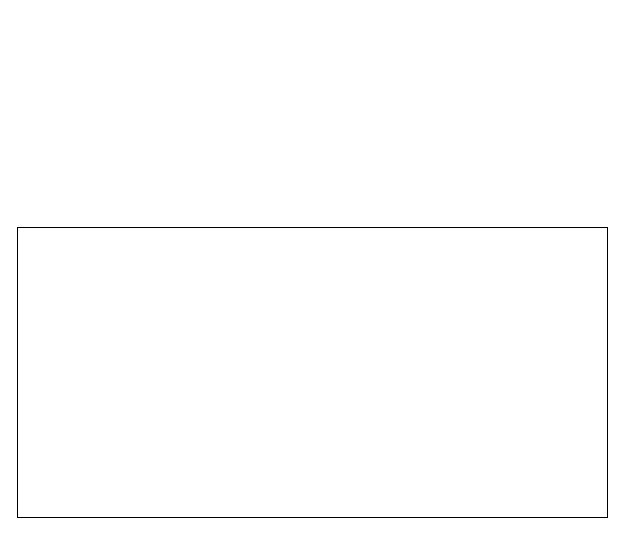
The draw.io diagram tome/note/bigdata/hadoop/hadoop.drawio in kushinae/diagrams, before the edit. Source tidied: cells renumbered, new cells numbered last; positions are measured from the earlier drawing's top-left corner, leaving out a move shared by most shapes. Both pictures are drawn from the tidied source at 100%, with x=0, y=0 at pixel (17, 227).
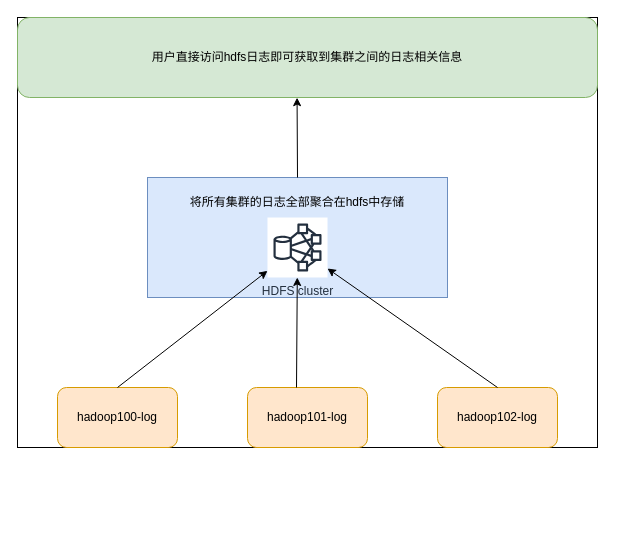
Above is the later version.

The edit, as a diff of the source:
```diff
@@
 <mxGraphModel>
   <root>
     <mxCell id="0" />
     <mxCell id="1" parent="0" />
+    <mxCell id="5" style="rounded=0;whiteSpace=wrap;html=1;" parent="1" vertex="1">
+      <mxGeometry y="-210" width="580" height="430" as="geometry" />
+    </mxCell>
-    <mxCell id="2" style="rounded=1;whiteSpace=wrap;html=1;" parent="1" vertex="1">
+    <mxCell id="2" value="hadoop100-log" style="rounded=1;whiteSpace=wrap;html=1;fillColor=#ffe6cc;strokeColor=#d79b00;" parent="1" vertex="1">
       <mxGeometry x="40" y="160" width="120" height="60" as="geometry" />
     </mxCell>
-    <mxCell id="3" style="rounded=1;whiteSpace=wrap;html=1;" parent="1" vertex="1">
+    <mxCell id="3" value="hadoop101-log" style="rounded=1;whiteSpace=wrap;html=1;fillColor=#ffe6cc;strokeColor=#d79b00;" parent="1" vertex="1">
       <mxGeometry x="230" y="160" width="120" height="60" as="geometry" />
     </mxCell>
-    <mxCell id="4" style="rounded=1;whiteSpace=wrap;html=1;" parent="1" vertex="1">
+    <mxCell id="4" value="hadoop102-log" style="rounded=1;whiteSpace=wrap;html=1;fillColor=#ffe6cc;strokeColor=#d79b00;" parent="1" vertex="1">
       <mxGeometry x="420" y="160" width="120" height="60" as="geometry" />
     </mxCell>
-    <mxCell id="5" style="rounded=0;whiteSpace=wrap;html=1;" parent="1" vertex="1">
-      <mxGeometry width="590" height="290" as="geometry" />
-    </mxCell>
+    <mxCell id="6" style="rounded=0;whiteSpace=wrap;html=1;fillColor=#dae8fc;strokeColor=#6c8ebf;" parent="1" vertex="1">
+      <mxGeometry x="130" y="-50" width="300" height="120" as="geometry" />
+    </mxCell>
+    <mxCell id="7" style="endArrow=classic;html=1;rounded=0;exitX=0.5;exitY=0;exitDx=0;exitDy=0;" parent="1" edge="1" source="2" target="10">
+      <mxGeometry relative="1" as="geometry" />
+    </mxCell>
+    <mxCell id="8" style="endArrow=classic;html=1;rounded=0;exitX=0.5;exitY=0;exitDx=0;exitDy=0;" parent="1" edge="1" target="10">
+      <mxGeometry relative="1" as="geometry">
+        <mxPoint x="279" y="160" as="sourcePoint" />
+      </mxGeometry>
+    </mxCell>
+    <mxCell id="9" style="endArrow=classic;html=1;rounded=0;exitX=0.5;exitY=0;exitDx=0;exitDy=0;" parent="1" edge="1" source="4" target="10">
+      <mxGeometry relative="1" as="geometry" />
+    </mxCell>
+    <mxCell id="10" value="HDFS cluster" style="sketch=0;outlineConnect=0;fontColor=#232F3E;gradientColor=none;strokeColor=#232F3E;fillColor=#ffffff;dashed=0;verticalLabelPosition=bottom;verticalAlign=top;align=center;html=1;fontSize=12;fontStyle=0;shape=mxgraph.aws4.resourceIcon;resIcon=mxgraph.aws4.hdfs_cluster;" parent="1" vertex="1">
+      <mxGeometry x="250" y="-10" width="60" height="60" as="geometry" />
+    </mxCell>
+    <mxCell id="11" value="将所有集群的日志全部聚合在hdfs中存储" style="text;html=1;strokeColor=none;fillColor=none;align=center;verticalAlign=middle;whiteSpace=wrap;rounded=0;" parent="1" vertex="1">
+      <mxGeometry x="170" y="-40" width="220" height="30" as="geometry" />
+    </mxCell>
+    <mxCell id="12" style="endArrow=classic;html=1;rounded=0;exitX=0.5;exitY=0;exitDx=0;exitDy=0;entryX=0.482;entryY=1.002;entryDx=0;entryDy=0;entryPerimeter=0;" parent="1" edge="1" source="6" target="13">
+      <mxGeometry relative="1" as="geometry" />
+    </mxCell>
+    <mxCell id="13" value="用户直接访问hdfs日志即可获取到集群之间的日志相关信息" style="rounded=1;whiteSpace=wrap;html=1;fillColor=#d5e8d4;strokeColor=#82b366;" parent="1" vertex="1">
+      <mxGeometry y="-210" width="580" height="80" as="geometry" />
+    </mxCell>
   </root>
 </mxGraphModel>
```
